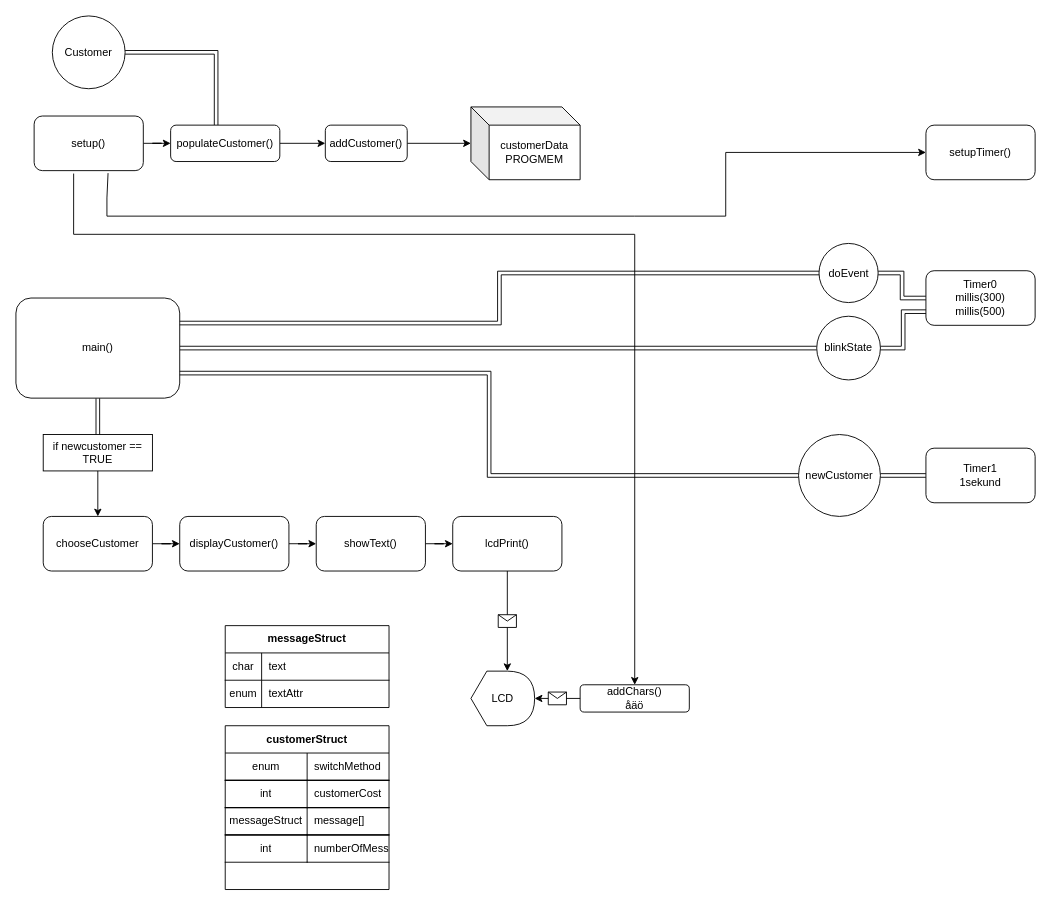
Above: Flowchart.drawio in metmo/IoT20ArduinoReklamSkylt (draw.io), before the change. Source tidied: cells renumbered, new cells numbered last; positions are measured from the earlier drawing's top-left corner, leaving out a move shared by most shapes. Both pictures are drawn from the tidied source at 91%, with x=0, y=0 at pixel (15, 15).
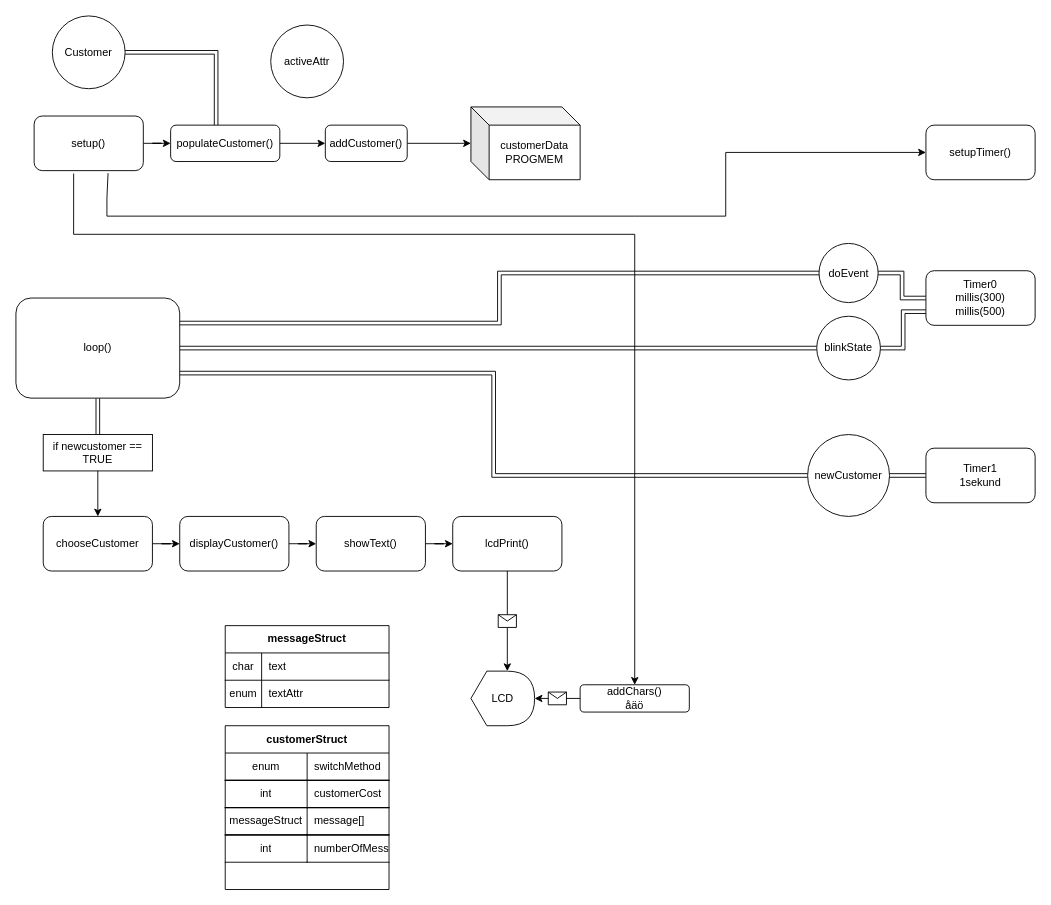
Above is the later version.

Change to the diagram source:
```diff
@@
-    <mxCell id="11" value="main()" style="rounded=1;whiteSpace=wrap;html=1;" parent="1" vertex="1">
+    <mxCell id="11" value="loop()" style="rounded=1;whiteSpace=wrap;html=1;" parent="1" vertex="1">
       <mxGeometry y="310" width="180" height="110" as="geometry" />
     </mxCell>
@@
     <mxCell id="55" value="newCustomer" style="ellipse;whiteSpace=wrap;html=1;strokeColor=#000000;" parent="1" vertex="1">
-      <mxGeometry x="860" y="460" width="90" height="90" as="geometry" />
+      <mxGeometry x="870" y="460" width="90" height="90" as="geometry" />
     </mxCell>
@@
+    <mxCell id="62" value="activeAttr" style="ellipse;whiteSpace=wrap;html=1;strokeColor=#000000;fillColor=none;" parent="1" vertex="1">
+      <mxGeometry x="280" y="10" width="80" height="80" as="geometry" />
+    </mxCell>
```
